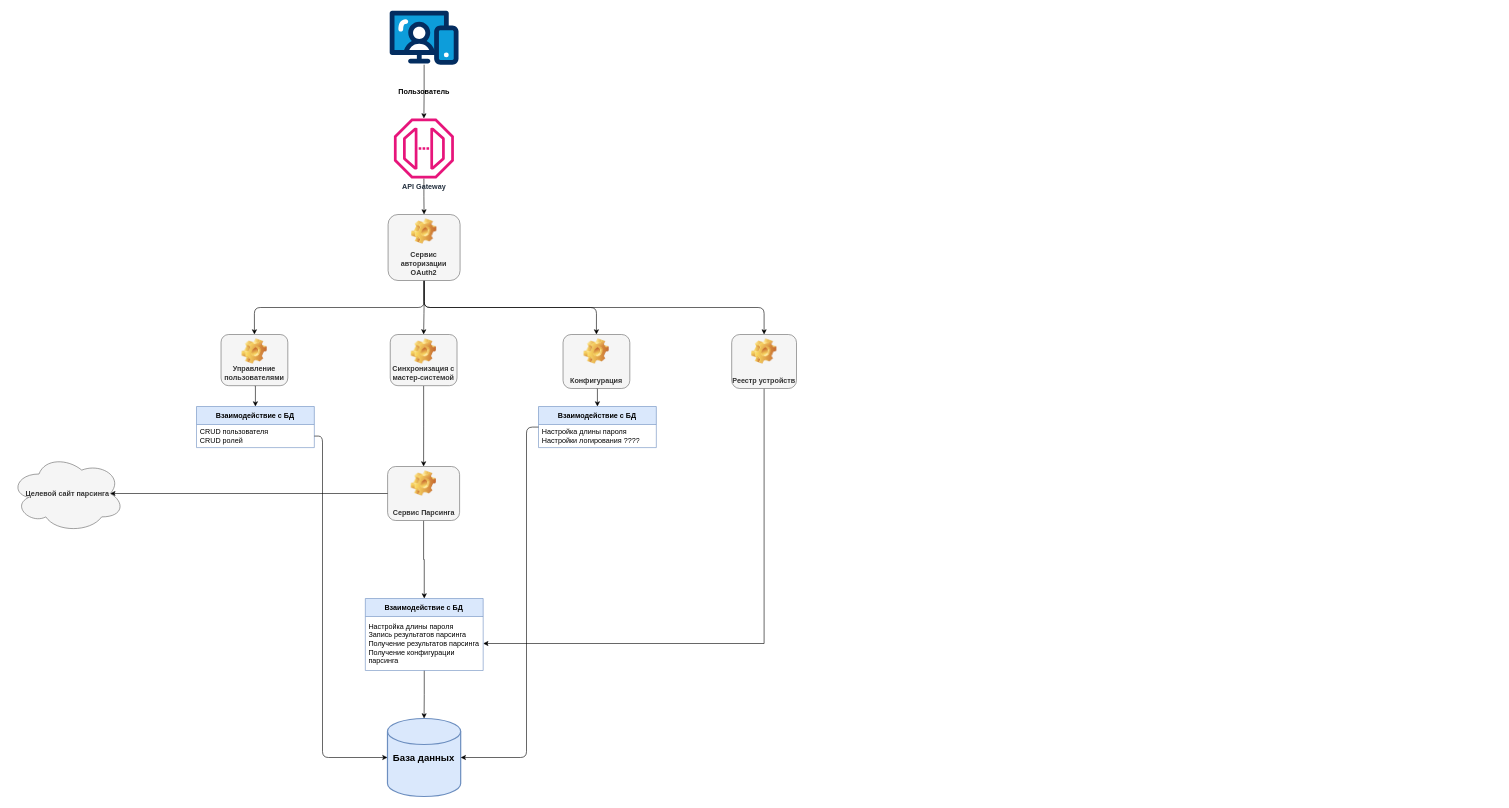
Earlier version of the draw.io diagram BFS.drawio (K-Team-Coders/bfs-registry). Source tidied: cells renumbered, new cells numbered last; positions are measured from the earlier drawing's top-left corner, leaving out a move shared by most shapes. Both pictures are drawn from the tidied source at 60%, with x=0, y=0 at pixel (10, 10).
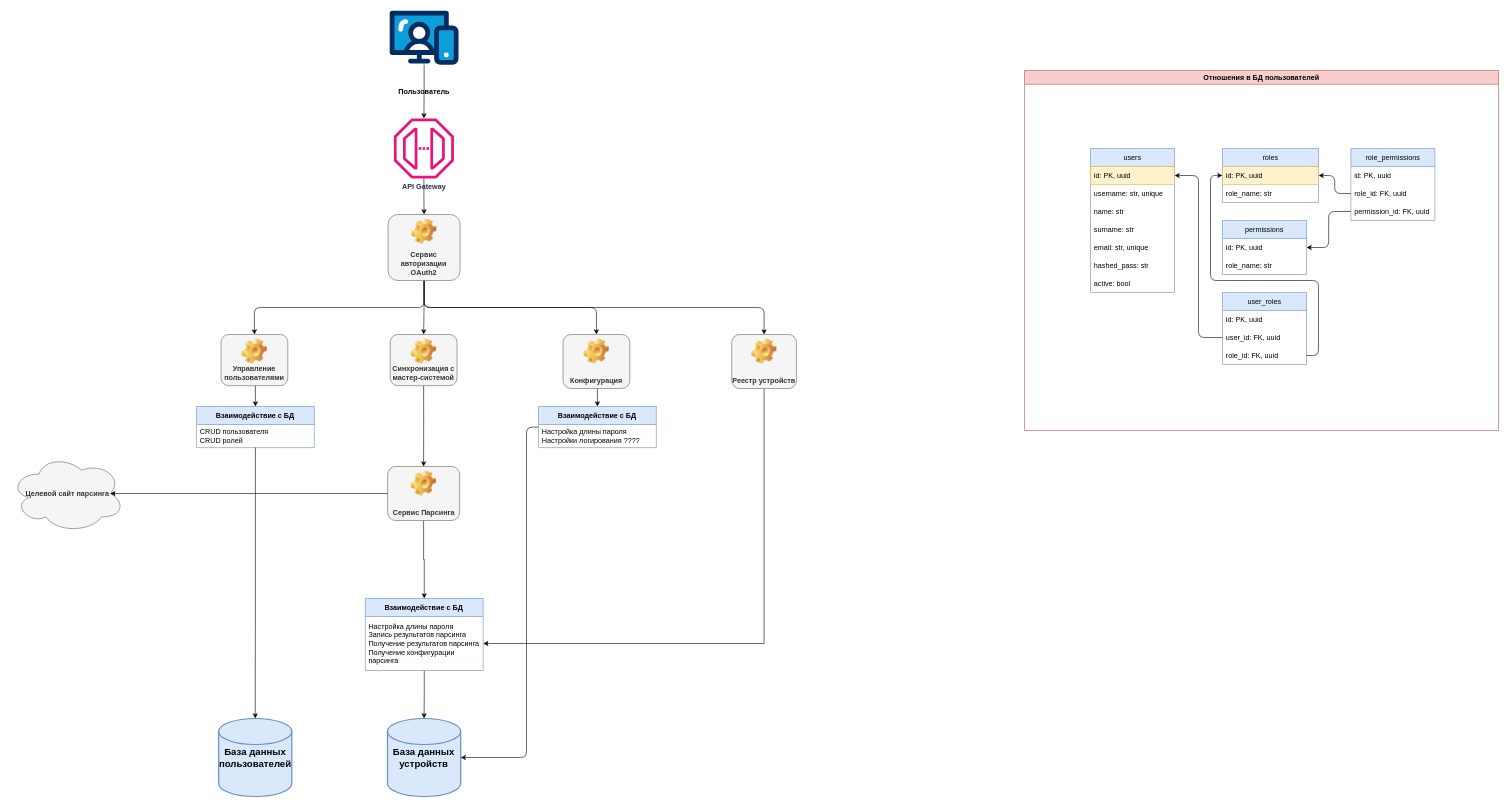
Above is the later version.

Commit message (it also covers changes not shown here):
System scheme: Added user_db

Unchanged cells that the change refers to:
```xml
<mxCell id="13" value="Взаимодействие с БД" style="swimlane;fontStyle=1;horizontal=1;startSize=30;whiteSpace=wrap;html=1;fillColor=#dae8fc;strokeColor=#6c8ebf;" parent="1" vertex="1">
  <mxGeometry x="310" y="660" width="196.4" height="68.5" as="geometry" />
</mxCell>
<mxCell id="14" value="CRUD пользователя&lt;div&gt;CRUD ролей&lt;/div&gt;" style="text;strokeColor=none;fillColor=none;align=left;verticalAlign=middle;spacingLeft=4;spacingRight=4;overflow=hidden;points=[[0,0.5],[1,0.5]];portConstraint=eastwest;whiteSpace=wrap;html=1;" parent="13" vertex="1">
  <mxGeometry y="30" width="196.4" height="38.5" as="geometry" />
</mxCell>
```

Diff of the diagram source:
```diff
@@
-    <mxCell id="27" value="&lt;font style=&quot;font-size: 16px;&quot;&gt;&lt;b&gt;База данных&lt;/b&gt;&lt;/font&gt;" style="strokeWidth=2;html=1;shape=mxgraph.flowchart.database;whiteSpace=wrap;fillColor=#dae8fc;strokeColor=#6c8ebf;" parent="1" vertex="1">
+    <mxCell id="27" value="&lt;font style=&quot;font-size: 16px;&quot;&gt;&lt;b&gt;База данных устройств&lt;/b&gt;&lt;/font&gt;" style="strokeWidth=2;html=1;shape=mxgraph.flowchart.database;whiteSpace=wrap;fillColor=#dae8fc;strokeColor=#6c8ebf;" parent="1" vertex="1">
       <mxGeometry x="628.3" y="1180" width="122" height="130" as="geometry" />
     </mxCell>
@@
-    <mxCell id="29" style="edgeStyle=orthogonalEdgeStyle;rounded=1;jettySize=auto;html=1;entryX=0;entryY=0.5;entryDx=0;entryDy=0;entryPerimeter=0;curved=0;" parent="1" edge="1" source="14" target="27">
-      <mxGeometry relative="1" as="geometry">
-        <Array as="points">
-          <mxPoint x="520" y="709" />
-          <mxPoint x="520" y="1245" />
-        </Array>
-      </mxGeometry>
-    </mxCell>
@@
+    <mxCell id="33" value="Отношения в БД пользователей" style="swimlane;whiteSpace=wrap;html=1;fillColor=#f8cecc;strokeColor=#b85450;" parent="1" vertex="1">
+      <mxGeometry x="1690" y="100" width="790" height="600" as="geometry" />
+    </mxCell>
+    <mxCell id="34" style="group;" parent="33" vertex="1">
+      <mxGeometry x="110" y="130" width="574" height="360" as="geometry" />
+    </mxCell>
+    <mxCell id="35" value="users" style="swimlane;fontStyle=0;horizontal=1;startSize=30;whiteSpace=wrap;html=1;fillColor=#dae8fc;strokeColor=#6c8ebf;" parent="34" vertex="1">
+      <mxGeometry width="140" height="240" as="geometry" />
+    </mxCell>
+    <mxCell id="36" value="id: PK, uuid" style="text;strokeColor=#d6b656;fillColor=#fff2cc;align=left;verticalAlign=middle;spacingLeft=4;spacingRight=4;overflow=hidden;points=[[0,0.5],[1,0.5]];portConstraint=eastwest;whiteSpace=wrap;html=1;" parent="35" vertex="1">
+      <mxGeometry y="30" width="140" height="30" as="geometry" />
+    </mxCell>
+    <mxCell id="37" value="username: str, unique" style="text;strokeColor=none;fillColor=none;align=left;verticalAlign=middle;spacingLeft=4;spacingRight=4;overflow=hidden;whiteSpace=wrap;html=1;" parent="35" vertex="1">
+      <mxGeometry y="60" width="140" height="30" as="geometry" />
+    </mxCell>
+    <mxCell id="38" value="name: str" style="text;strokeColor=none;fillColor=none;align=left;verticalAlign=middle;spacingLeft=4;spacingRight=4;overflow=hidden;whiteSpace=wrap;html=1;" parent="35" vertex="1">
+      <mxGeometry y="90" width="140" height="30" as="geometry" />
+    </mxCell>
+    <mxCell id="39" value="surname: str" style="text;strokeColor=none;fillColor=none;align=left;verticalAlign=middle;spacingLeft=4;spacingRight=4;overflow=hidden;whiteSpace=wrap;html=1;" parent="35" vertex="1">
+      <mxGeometry y="120" width="140" height="30" as="geometry" />
+    </mxCell>
+    <mxCell id="40" value="email: str, unique" style="text;strokeColor=none;fillColor=none;align=left;verticalAlign=middle;spacingLeft=4;spacingRight=4;overflow=hidden;whiteSpace=wrap;html=1;" parent="35" vertex="1">
+      <mxGeometry y="150" width="140" height="30" as="geometry" />
+    </mxCell>
+    <mxCell id="41" value="hashed_pass: str" style="text;strokeColor=none;fillColor=none;align=left;verticalAlign=middle;spacingLeft=4;spacingRight=4;overflow=hidden;whiteSpace=wrap;html=1;" parent="35" vertex="1">
+      <mxGeometry y="180" width="140" height="30" as="geometry" />
+    </mxCell>
+    <mxCell id="42" value="active: bool" style="text;strokeColor=none;fillColor=none;align=left;verticalAlign=middle;spacingLeft=4;spacingRight=4;overflow=hidden;whiteSpace=wrap;html=1;" parent="35" vertex="1">
+      <mxGeometry y="210" width="140" height="30" as="geometry" />
+    </mxCell>
+    <mxCell id="43" value="roles" style="swimlane;fontStyle=0;horizontal=1;startSize=30;whiteSpace=wrap;html=1;fillColor=#dae8fc;strokeColor=#6c8ebf;" parent="34" vertex="1">
+      <mxGeometry x="220" width="160" height="90" as="geometry" />
+    </mxCell>
+    <mxCell id="44" value="id: PK, uuid" style="text;strokeColor=#d6b656;fillColor=#fff2cc;align=left;verticalAlign=middle;spacingLeft=4;spacingRight=4;overflow=hidden;points=[[0,0.5],[1,0.5]];portConstraint=eastwest;whiteSpace=wrap;html=1;" parent="43" vertex="1">
+      <mxGeometry y="30" width="160" height="30" as="geometry" />
+    </mxCell>
+    <mxCell id="45" value="role_name: str" style="text;strokeColor=none;fillColor=none;align=left;verticalAlign=middle;spacingLeft=4;spacingRight=4;overflow=hidden;whiteSpace=wrap;html=1;" parent="43" vertex="1">
+      <mxGeometry y="60" width="160" height="30" as="geometry" />
+    </mxCell>
+    <mxCell id="46" value="permissions" style="swimlane;fontStyle=0;horizontal=1;startSize=30;whiteSpace=wrap;html=1;fillColor=#dae8fc;strokeColor=#6c8ebf;" parent="34" vertex="1">
+      <mxGeometry x="220" y="120" width="140" height="90" as="geometry" />
+    </mxCell>
+    <mxCell id="47" value="id: PK, uuid" style="text;strokeColor=none;fillColor=none;align=left;verticalAlign=middle;spacingLeft=4;spacingRight=4;overflow=hidden;points=[[0,0.5],[1,0.5]];portConstraint=eastwest;whiteSpace=wrap;html=1;" parent="46" vertex="1">
+      <mxGeometry y="30" width="140" height="30" as="geometry" />
+    </mxCell>
+    <mxCell id="48" value="role_name: str" style="text;strokeColor=none;fillColor=none;align=left;verticalAlign=middle;spacingLeft=4;spacingRight=4;overflow=hidden;whiteSpace=wrap;html=1;" parent="46" vertex="1">
+      <mxGeometry y="60" width="140" height="30" as="geometry" />
+    </mxCell>
+    <mxCell id="49" value="role_permissions" style="swimlane;fontStyle=0;horizontal=1;startSize=30;whiteSpace=wrap;html=1;fillColor=#dae8fc;strokeColor=#6c8ebf;" parent="34" vertex="1">
+      <mxGeometry x="434" width="140" height="120" as="geometry" />
+    </mxCell>
+    <mxCell id="50" value="id: PK, uuid" style="text;strokeColor=none;fillColor=none;align=left;verticalAlign=middle;spacingLeft=4;spacingRight=4;overflow=hidden;whiteSpace=wrap;html=1;" parent="49" vertex="1">
+      <mxGeometry y="30" width="140" height="30" as="geometry" />
+    </mxCell>
+    <mxCell id="51" value="role_id: FK, uuid" style="text;strokeColor=none;fillColor=none;align=left;verticalAlign=middle;spacingLeft=4;spacingRight=4;overflow=hidden;points=[[0,0.5],[1,0.5]];portConstraint=eastwest;whiteSpace=wrap;html=1;" parent="49" vertex="1">
+      <mxGeometry y="60" width="140" height="30" as="geometry" />
+    </mxCell>
+    <mxCell id="52" value="permission_id: FK, uuid" style="text;strokeColor=none;fillColor=none;align=left;verticalAlign=middle;spacingLeft=4;spacingRight=4;overflow=hidden;points=[[0,0.5],[1,0.5]];portConstraint=eastwest;whiteSpace=wrap;html=1;" parent="49" vertex="1">
+      <mxGeometry y="90" width="140" height="30" as="geometry" />
+    </mxCell>
+    <mxCell id="53" style="edgeStyle=orthogonalEdgeStyle;rounded=1;jettySize=auto;html=1;exitX=0;exitY=0.5;exitDx=0;exitDy=0;entryX=1;entryY=0.5;entryDx=0;entryDy=0;curved=0;" parent="34" edge="1" source="51" target="44">
+      <mxGeometry relative="1" as="geometry" />
+    </mxCell>
+    <mxCell id="54" style="edgeStyle=orthogonalEdgeStyle;rounded=1;jettySize=auto;html=1;exitX=0;exitY=0.5;exitDx=0;exitDy=0;entryX=1;entryY=0.5;entryDx=0;entryDy=0;curved=0;" parent="34" edge="1" source="52" target="47">
+      <mxGeometry relative="1" as="geometry" />
+    </mxCell>
+    <mxCell id="55" value="user_roles" style="swimlane;fontStyle=0;horizontal=1;startSize=30;whiteSpace=wrap;html=1;fillColor=#dae8fc;strokeColor=#6c8ebf;" parent="34" vertex="1">
+      <mxGeometry x="220" y="240" width="140" height="120" as="geometry" />
+    </mxCell>
+    <mxCell id="56" value="id: PK, uuid" style="text;strokeColor=none;fillColor=none;align=left;verticalAlign=middle;spacingLeft=4;spacingRight=4;overflow=hidden;whiteSpace=wrap;html=1;" parent="55" vertex="1">
+      <mxGeometry y="30" width="140" height="30" as="geometry" />
+    </mxCell>
+    <mxCell id="57" value="user_id: FK, uuid" style="text;strokeColor=none;fillColor=none;align=left;verticalAlign=middle;spacingLeft=4;spacingRight=4;overflow=hidden;points=[[0,0.5],[1,0.5]];portConstraint=eastwest;whiteSpace=wrap;html=1;" parent="55" vertex="1">
+      <mxGeometry y="60" width="140" height="30" as="geometry" />
+    </mxCell>
+    <mxCell id="58" value="role_id: FK, uuid" style="text;strokeColor=none;fillColor=none;align=left;verticalAlign=middle;spacingLeft=4;spacingRight=4;overflow=hidden;points=[[0,0.5],[1,0.5]];portConstraint=eastwest;whiteSpace=wrap;html=1;" parent="55" vertex="1">
+      <mxGeometry y="90" width="140" height="30" as="geometry" />
+    </mxCell>
+    <mxCell id="59" style="edgeStyle=orthogonalEdgeStyle;rounded=1;jettySize=auto;html=1;exitX=0;exitY=0.5;exitDx=0;exitDy=0;entryX=1;entryY=0.5;entryDx=0;entryDy=0;curved=0;" parent="34" edge="1" source="57" target="36">
+      <mxGeometry relative="1" as="geometry" />
+    </mxCell>
+    <mxCell id="60" style="edgeStyle=orthogonalEdgeStyle;rounded=1;jettySize=auto;html=1;exitX=1;exitY=0.5;exitDx=0;exitDy=0;entryX=0;entryY=0.5;entryDx=0;entryDy=0;curved=0;" parent="34" edge="1" source="58" target="44">
+      <mxGeometry relative="1" as="geometry">
+        <Array as="points">
+          <mxPoint x="380" y="345" />
+          <mxPoint x="380" y="220" />
+          <mxPoint x="200" y="220" />
+          <mxPoint x="200" y="45" />
+        </Array>
+      </mxGeometry>
+    </mxCell>
+    <mxCell id="61" value="&lt;span style=&quot;font-size: 16px;&quot;&gt;&lt;b&gt;База данных пользователей&lt;/b&gt;&lt;/span&gt;" style="strokeWidth=2;html=1;shape=mxgraph.flowchart.database;whiteSpace=wrap;fillColor=#dae8fc;strokeColor=#6c8ebf;" parent="1" vertex="1">
+      <mxGeometry x="346.9" y="1180" width="122" height="130" as="geometry" />
+    </mxCell>
+    <mxCell id="62" style="edgeStyle=orthogonalEdgeStyle;rounded=0;jettySize=auto;html=1;entryX=0.5;entryY=0;entryDx=0;entryDy=0;entryPerimeter=0;" parent="1" edge="1" source="13" target="61">
+      <mxGeometry relative="1" as="geometry" />
+    </mxCell>
```
